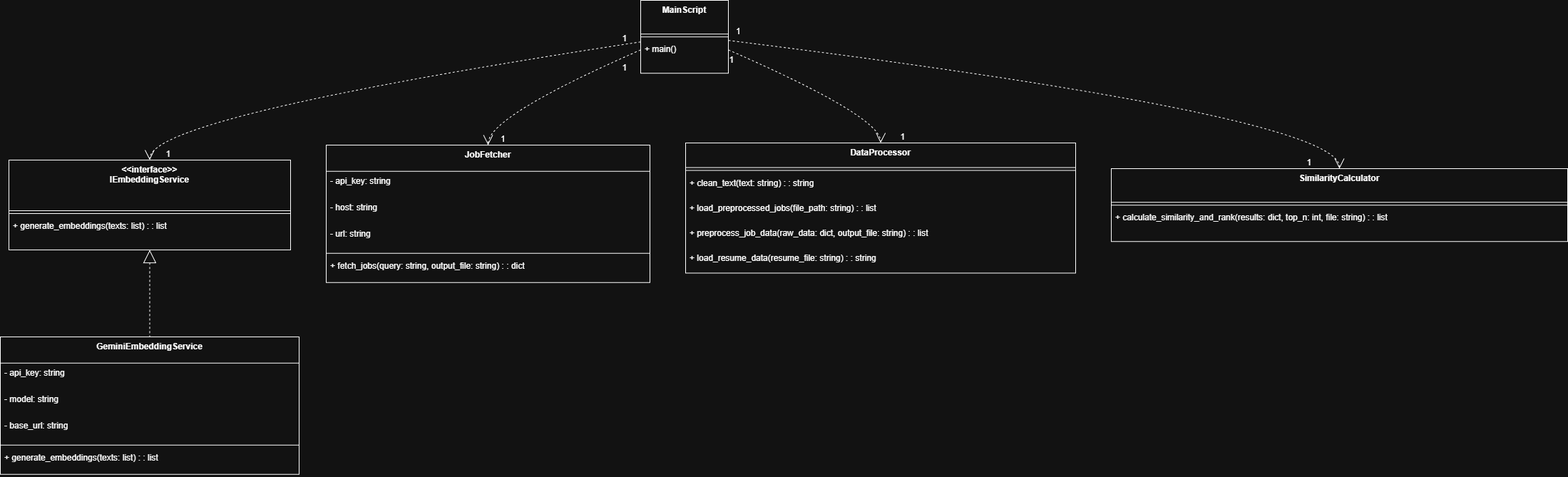
Before: UML_Class.drawio.png, a diagram exported from draw.io (Shand1lar/CS325-Final-Project). Source tidied: cells renumbered, new cells last; positions are measured from the earlier drawing's top-left corner, leaving out a move shared by most shapes. The source it was exported from:
```xml
<mxGraphModel>
  <root>
    <mxCell id="0" />
    <mxCell id="1" parent="0" />
    <mxCell id="2" value="&lt;&lt;interface&gt;&gt;&#10;IEmbeddingService" style="swimlane;fontStyle=1;align=center;verticalAlign=top;horizontal=1;startSize=71;" parent="1" vertex="1">
      <mxGeometry x="12" y="224" width="395" height="126" as="geometry" />
    </mxCell>
    <mxCell id="3" style="line;strokeWidth=1;fillColor=none;align=left;verticalAlign=middle;spacingTop=-1;spacingLeft=3;spacingRight=3;labelPosition=right;strokeColor=inherit;" parent="2" vertex="1">
      <mxGeometry y="71" width="395" height="8" as="geometry" />
    </mxCell>
    <mxCell id="4" value="+ generate_embeddings(texts: list) : : list" style="text;strokeColor=none;fillColor=none;align=left;verticalAlign=top;spacingLeft=4;spacingRight=4;overflow=hidden;" parent="2" vertex="1">
      <mxGeometry y="79" width="395" height="47" as="geometry" />
    </mxCell>
    <mxCell id="5" value="GeminiEmbeddingService" style="swimlane;fontStyle=1;align=center;verticalAlign=top;horizontal=1;startSize=36.8;" parent="1" vertex="1">
      <mxGeometry y="472" width="419" height="192.8" as="geometry" />
    </mxCell>
    <mxCell id="6" value="- api_key: string" style="text;strokeColor=none;fillColor=none;align=left;verticalAlign=top;spacingLeft=4;spacingRight=4;overflow=hidden;" parent="5" vertex="1">
      <mxGeometry y="36.8" width="419" height="37" as="geometry" />
    </mxCell>
    <mxCell id="7" value="- model: string" style="text;strokeColor=none;fillColor=none;align=left;verticalAlign=top;spacingLeft=4;spacingRight=4;overflow=hidden;" parent="5" vertex="1">
      <mxGeometry y="73.8" width="419" height="37" as="geometry" />
    </mxCell>
    <mxCell id="8" value="- base_url: string" style="text;strokeColor=none;fillColor=none;align=left;verticalAlign=top;spacingLeft=4;spacingRight=4;overflow=hidden;" parent="5" vertex="1">
      <mxGeometry y="110.8" width="419" height="37" as="geometry" />
    </mxCell>
    <mxCell id="9" style="line;strokeWidth=1;fillColor=none;align=left;verticalAlign=middle;spacingTop=-1;spacingLeft=3;spacingRight=3;labelPosition=right;strokeColor=inherit;" parent="5" vertex="1">
      <mxGeometry y="147.8" width="419" height="8" as="geometry" />
    </mxCell>
    <mxCell id="10" value="+ generate_embeddings(texts: list) : : list" style="text;strokeColor=none;fillColor=none;align=left;verticalAlign=top;spacingLeft=4;spacingRight=4;overflow=hidden;" parent="5" vertex="1">
      <mxGeometry y="155.8" width="419" height="37" as="geometry" />
    </mxCell>
    <mxCell id="11" value="JobFetcher" style="swimlane;fontStyle=1;align=center;verticalAlign=top;horizontal=1;startSize=36.8;" parent="1" vertex="1">
      <mxGeometry x="457" y="203" width="454" height="192.8" as="geometry" />
    </mxCell>
    <mxCell id="12" value="- api_key: string" style="text;strokeColor=none;fillColor=none;align=left;verticalAlign=top;spacingLeft=4;spacingRight=4;overflow=hidden;" parent="11" vertex="1">
      <mxGeometry y="36.8" width="454" height="37" as="geometry" />
    </mxCell>
    <mxCell id="13" value="- host: string" style="text;strokeColor=none;fillColor=none;align=left;verticalAlign=top;spacingLeft=4;spacingRight=4;overflow=hidden;" parent="11" vertex="1">
      <mxGeometry y="73.8" width="454" height="37" as="geometry" />
    </mxCell>
    <mxCell id="14" value="- url: string" style="text;strokeColor=none;fillColor=none;align=left;verticalAlign=top;spacingLeft=4;spacingRight=4;overflow=hidden;" parent="11" vertex="1">
      <mxGeometry y="110.8" width="454" height="37" as="geometry" />
    </mxCell>
    <mxCell id="15" style="line;strokeWidth=1;fillColor=none;align=left;verticalAlign=middle;spacingTop=-1;spacingLeft=3;spacingRight=3;labelPosition=right;strokeColor=inherit;" parent="11" vertex="1">
      <mxGeometry y="147.8" width="454" height="8" as="geometry" />
    </mxCell>
    <mxCell id="16" value="+ fetch_jobs(query: string, output_file: string) : : dict" style="text;strokeColor=none;fillColor=none;align=left;verticalAlign=top;spacingLeft=4;spacingRight=4;overflow=hidden;" parent="11" vertex="1">
      <mxGeometry y="155.8" width="454" height="37" as="geometry" />
    </mxCell>
    <mxCell id="17" value="DataProcessor" style="swimlane;fontStyle=1;align=center;verticalAlign=top;horizontal=1;startSize=34.54545454545455;" parent="1" vertex="1">
      <mxGeometry x="961" y="200" width="547" height="182.5" as="geometry" />
    </mxCell>
    <mxCell id="18" style="line;strokeWidth=1;fillColor=none;align=left;verticalAlign=middle;spacingTop=-1;spacingLeft=3;spacingRight=3;labelPosition=right;strokeColor=inherit;" parent="17" vertex="1">
      <mxGeometry y="34.5" width="547" height="8" as="geometry" />
    </mxCell>
    <mxCell id="19" value="+ clean_text(text: string) : : string" style="text;strokeColor=none;fillColor=none;align=left;verticalAlign=top;spacingLeft=4;spacingRight=4;overflow=hidden;" parent="17" vertex="1">
      <mxGeometry y="42.5" width="547" height="35" as="geometry" />
    </mxCell>
    <mxCell id="20" value="+ load_preprocessed_jobs(file_path: string) : : list" style="text;strokeColor=none;fillColor=none;align=left;verticalAlign=top;spacingLeft=4;spacingRight=4;overflow=hidden;" parent="17" vertex="1">
      <mxGeometry y="77.5" width="547" height="35" as="geometry" />
    </mxCell>
    <mxCell id="21" value="+ preprocess_job_data(raw_data: dict, output_file: string) : : list" style="text;strokeColor=none;fillColor=none;align=left;verticalAlign=top;spacingLeft=4;spacingRight=4;overflow=hidden;" parent="17" vertex="1">
      <mxGeometry y="112.5" width="547" height="35" as="geometry" />
    </mxCell>
    <mxCell id="22" value="+ load_resume_data(resume_file: string) : : string" style="text;strokeColor=none;fillColor=none;align=left;verticalAlign=top;spacingLeft=4;spacingRight=4;overflow=hidden;" parent="17" vertex="1">
      <mxGeometry y="147.5" width="547" height="35" as="geometry" />
    </mxCell>
    <mxCell id="23" value="SimilarityCalculator" style="swimlane;fontStyle=1;align=center;verticalAlign=top;horizontal=1;startSize=47.2;" parent="1" vertex="1">
      <mxGeometry x="1558" y="236" width="640" height="102.2" as="geometry" />
    </mxCell>
    <mxCell id="24" style="line;strokeWidth=1;fillColor=none;align=left;verticalAlign=middle;spacingTop=-1;spacingLeft=3;spacingRight=3;labelPosition=right;strokeColor=inherit;" parent="23" vertex="1">
      <mxGeometry y="47.2" width="640" height="8" as="geometry" />
    </mxCell>
    <mxCell id="25" value="+ calculate_similarity_and_rank(results: dict, top_n: int, file: string) : : list" style="text;strokeColor=none;fillColor=none;align=left;verticalAlign=top;spacingLeft=4;spacingRight=4;overflow=hidden;" parent="23" vertex="1">
      <mxGeometry y="55.2" width="640" height="47" as="geometry" />
    </mxCell>
    <mxCell id="26" value="MainScript" style="swimlane;fontStyle=1;align=center;verticalAlign=top;horizontal=1;startSize=47.2;" parent="1" vertex="1">
      <mxGeometry x="898" width="123" height="102.2" as="geometry" />
    </mxCell>
    <mxCell id="27" style="line;strokeWidth=1;fillColor=none;align=left;verticalAlign=middle;spacingTop=-1;spacingLeft=3;spacingRight=3;labelPosition=right;strokeColor=inherit;" parent="26" vertex="1">
      <mxGeometry y="47.2" width="123" height="8" as="geometry" />
    </mxCell>
    <mxCell id="28" value="+ main()" style="text;strokeColor=none;fillColor=none;align=left;verticalAlign=top;spacingLeft=4;spacingRight=4;overflow=hidden;" parent="26" vertex="1">
      <mxGeometry y="55.2" width="123" height="47" as="geometry" />
    </mxCell>
    <mxCell id="29" style="curved=1;dashed=1;startArrow=block;startSize=16;startFill=0;endArrow=none;exitX=0.5;exitY=1;entryX=0.5;entryY=0;rounded=0;" parent="1" edge="1" source="2" target="5">
      <mxGeometry relative="1" as="geometry" />
    </mxCell>
    <mxCell id="30" style="curved=1;dashed=1;startArrow=none;endArrow=open;endSize=12;exitX=0;exitY=0.68;entryX=0.5;entryY=0;rounded=0;" parent="1" edge="1" source="26" target="11">
      <mxGeometry relative="1" as="geometry">
        <Array as="points">
          <mxPoint x="684" y="163" />
        </Array>
      </mxGeometry>
    </mxCell>
    <mxCell id="31" value="1" style="edgeLabel;labelBackgroundColor=none;fontSize=12;align=right;verticalAlign=top;" parent="30" vertex="1">
      <mxGeometry x="-1" relative="1" as="geometry">
        <mxPoint x="-18" y="11" as="offset" />
      </mxGeometry>
    </mxCell>
    <mxCell id="32" value="1" style="edgeLabel;labelBackgroundColor=none;fontSize=12;align=left;verticalAlign=bottom;" parent="30" vertex="1">
      <mxGeometry x="1" relative="1" as="geometry">
        <mxPoint x="16" as="offset" />
      </mxGeometry>
    </mxCell>
    <mxCell id="33" style="curved=1;dashed=1;startArrow=none;endArrow=open;endSize=12;exitX=1;exitY=0.68;entryX=0.5;entryY=0;rounded=0;" parent="1" edge="1" source="26" target="17">
      <mxGeometry relative="1" as="geometry">
        <Array as="points">
          <mxPoint x="1235" y="163" />
        </Array>
      </mxGeometry>
    </mxCell>
    <mxCell id="34" value="1" style="edgeLabel;labelBackgroundColor=none;fontSize=12;align=right;verticalAlign=top;" parent="33" vertex="1">
      <mxGeometry x="-1" relative="1" as="geometry">
        <mxPoint x="9" as="offset" />
      </mxGeometry>
    </mxCell>
    <mxCell id="35" value="1" style="edgeLabel;labelBackgroundColor=none;fontSize=12;align=left;verticalAlign=bottom;" parent="33" vertex="1">
      <mxGeometry x="1" relative="1" as="geometry">
        <mxPoint x="26" as="offset" />
      </mxGeometry>
    </mxCell>
    <mxCell id="36" style="curved=1;dashed=1;startArrow=none;endArrow=open;endSize=12;exitX=0;exitY=0.57;entryX=0.5;entryY=0;rounded=0;" parent="1" edge="1" source="26" target="2">
      <mxGeometry relative="1" as="geometry">
        <Array as="points">
          <mxPoint x="209" y="163" />
        </Array>
      </mxGeometry>
    </mxCell>
    <mxCell id="37" value="1" style="edgeLabel;labelBackgroundColor=none;fontSize=12;align=right;verticalAlign=top;" parent="36" vertex="1">
      <mxGeometry x="-1" relative="1" as="geometry">
        <mxPoint x="-18" y="-18" as="offset" />
      </mxGeometry>
    </mxCell>
    <mxCell id="38" value="1" style="edgeLabel;labelBackgroundColor=none;fontSize=12;align=left;verticalAlign=bottom;" parent="36" vertex="1">
      <mxGeometry x="1" relative="1" as="geometry">
        <mxPoint x="21" as="offset" />
      </mxGeometry>
    </mxCell>
    <mxCell id="39" style="curved=1;dashed=1;startArrow=none;endArrow=open;endSize=12;exitX=1;exitY=0.55;entryX=0.5;entryY=0;rounded=0;" parent="1" edge="1" source="26" target="23">
      <mxGeometry relative="1" as="geometry">
        <Array as="points">
          <mxPoint x="1878" y="163" />
        </Array>
      </mxGeometry>
    </mxCell>
    <mxCell id="40" value="1" style="edgeLabel;labelBackgroundColor=none;fontSize=12;align=left;verticalAlign=top;" parent="39" vertex="1">
      <mxGeometry x="-1" relative="1" as="geometry">
        <mxPoint x="9" y="-26" as="offset" />
      </mxGeometry>
    </mxCell>
    <mxCell id="41" value="1" style="edgeLabel;labelBackgroundColor=none;fontSize=12;align=right;verticalAlign=bottom;" parent="39" vertex="1">
      <mxGeometry x="1" relative="1" as="geometry">
        <mxPoint x="-38" as="offset" />
      </mxGeometry>
    </mxCell>
  </root>
</mxGraphModel>
```
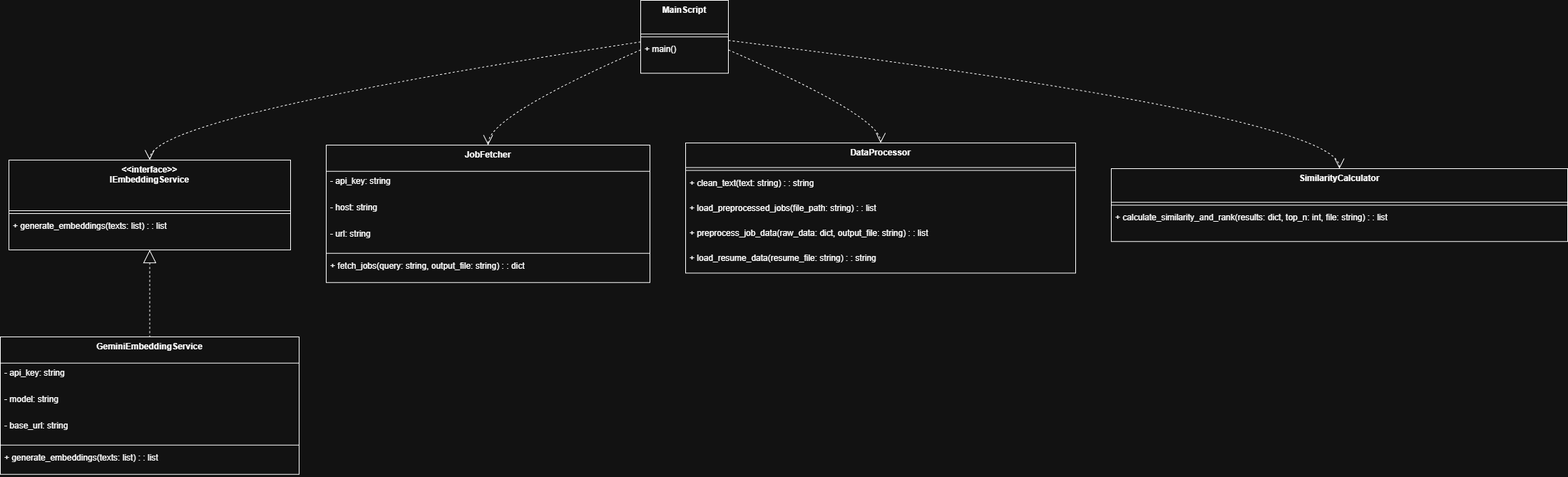
Later version of the same file.

Commit message:
fixed UML class

What changed in the source:
```diff
@@ -93,16 +93,6 @@
         </Array>
       </mxGeometry>
     </mxCell>
-    <mxCell id="31" value="1" style="edgeLabel;labelBackgroundColor=none;fontSize=12;align=right;verticalAlign=top;" parent="30" vertex="1">
-      <mxGeometry x="-1" relative="1" as="geometry">
-        <mxPoint x="-18" y="11" as="offset" />
-      </mxGeometry>
-    </mxCell>
-    <mxCell id="32" value="1" style="edgeLabel;labelBackgroundColor=none;fontSize=12;align=left;verticalAlign=bottom;" parent="30" vertex="1">
-      <mxGeometry x="1" relative="1" as="geometry">
-        <mxPoint x="16" as="offset" />
-      </mxGeometry>
-    </mxCell>
     <mxCell id="33" style="curved=1;dashed=1;startArrow=none;endArrow=open;endSize=12;exitX=1;exitY=0.68;entryX=0.5;entryY=0;rounded=0;" parent="1" edge="1" source="26" target="17">
       <mxGeometry relative="1" as="geometry">
         <Array as="points">
@@ -110,16 +100,6 @@
         </Array>
       </mxGeometry>
     </mxCell>
-    <mxCell id="34" value="1" style="edgeLabel;labelBackgroundColor=none;fontSize=12;align=right;verticalAlign=top;" parent="33" vertex="1">
-      <mxGeometry x="-1" relative="1" as="geometry">
-        <mxPoint x="9" as="offset" />
-      </mxGeometry>
-    </mxCell>
-    <mxCell id="35" value="1" style="edgeLabel;labelBackgroundColor=none;fontSize=12;align=left;verticalAlign=bottom;" parent="33" vertex="1">
-      <mxGeometry x="1" relative="1" as="geometry">
-        <mxPoint x="26" as="offset" />
-      </mxGeometry>
-    </mxCell>
     <mxCell id="36" style="curved=1;dashed=1;startArrow=none;endArrow=open;endSize=12;exitX=0;exitY=0.57;entryX=0.5;entryY=0;rounded=0;" parent="1" edge="1" source="26" target="2">
       <mxGeometry relative="1" as="geometry">
         <Array as="points">
@@ -127,16 +107,6 @@
         </Array>
       </mxGeometry>
     </mxCell>
-    <mxCell id="37" value="1" style="edgeLabel;labelBackgroundColor=none;fontSize=12;align=right;verticalAlign=top;" parent="36" vertex="1">
-      <mxGeometry x="-1" relative="1" as="geometry">
-        <mxPoint x="-18" y="-18" as="offset" />
-      </mxGeometry>
-    </mxCell>
-    <mxCell id="38" value="1" style="edgeLabel;labelBackgroundColor=none;fontSize=12;align=left;verticalAlign=bottom;" parent="36" vertex="1">
-      <mxGeometry x="1" relative="1" as="geometry">
-        <mxPoint x="21" as="offset" />
-      </mxGeometry>
-    </mxCell>
     <mxCell id="39" style="curved=1;dashed=1;startArrow=none;endArrow=open;endSize=12;exitX=1;exitY=0.55;entryX=0.5;entryY=0;rounded=0;" parent="1" edge="1" source="26" target="23">
       <mxGeometry relative="1" as="geometry">
         <Array as="points">
@@ -144,15 +114,5 @@
         </Array>
       </mxGeometry>
     </mxCell>
-    <mxCell id="40" value="1" style="edgeLabel;labelBackgroundColor=none;fontSize=12;align=left;verticalAlign=top;" parent="39" vertex="1">
-      <mxGeometry x="-1" relative="1" as="geometry">
-        <mxPoint x="9" y="-26" as="offset" />
-      </mxGeometry>
-    </mxCell>
-    <mxCell id="41" value="1" style="edgeLabel;labelBackgroundColor=none;fontSize=12;align=right;verticalAlign=bottom;" parent="39" vertex="1">
-      <mxGeometry x="1" relative="1" as="geometry">
-        <mxPoint x="-38" as="offset" />
-      </mxGeometry>
-    </mxCell>
   </root>
 </mxGraphModel>
```
